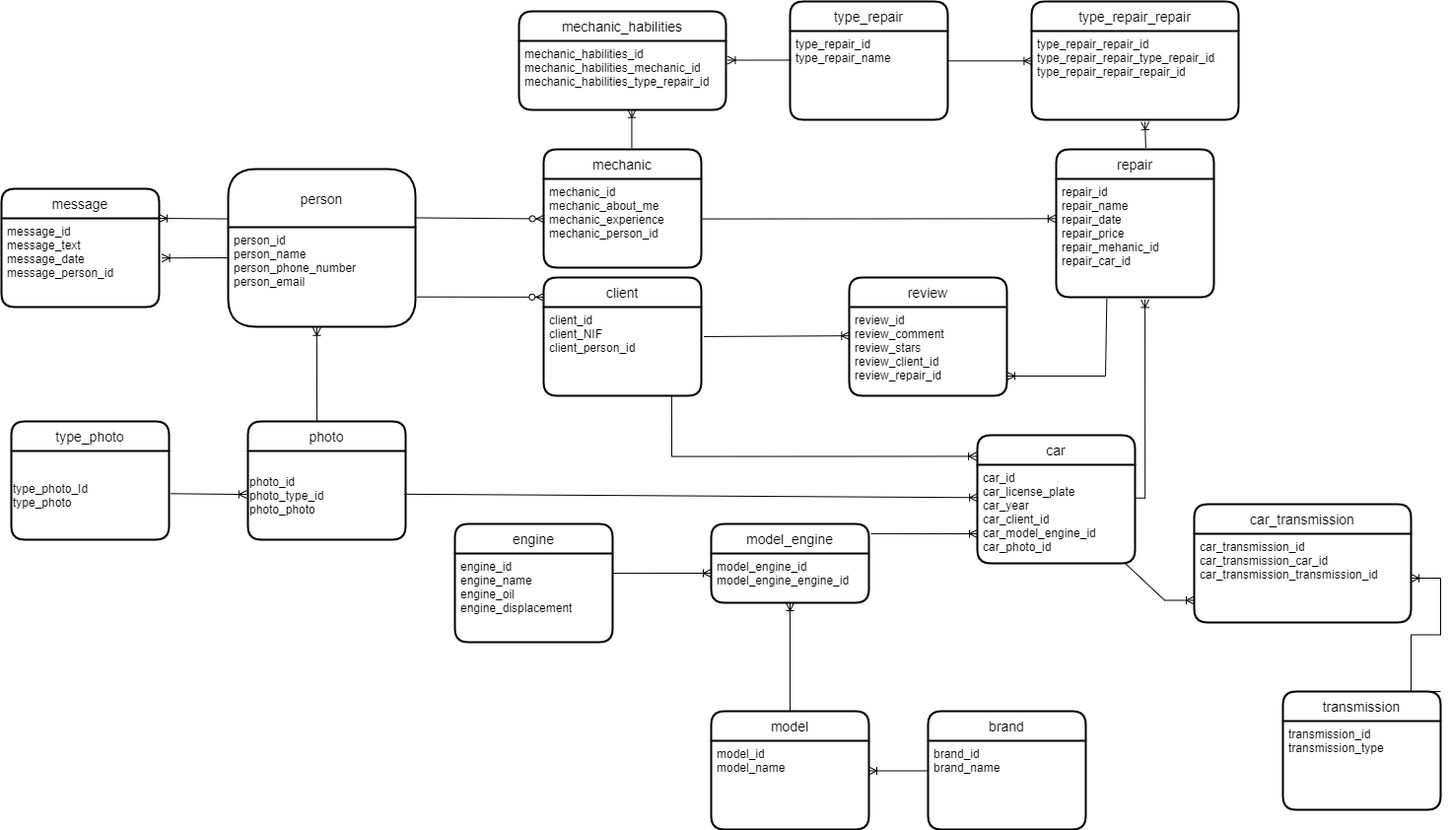
The draw.io diagram joao_ze.drawio.png in jonhot1/Projeto-de-Desenvolvimento-M-vel-, before a commit. Source tidied: cells renumbered, new cells last; positions are measured from the earlier drawing's top-left corner, leaving out a move shared by most shapes.
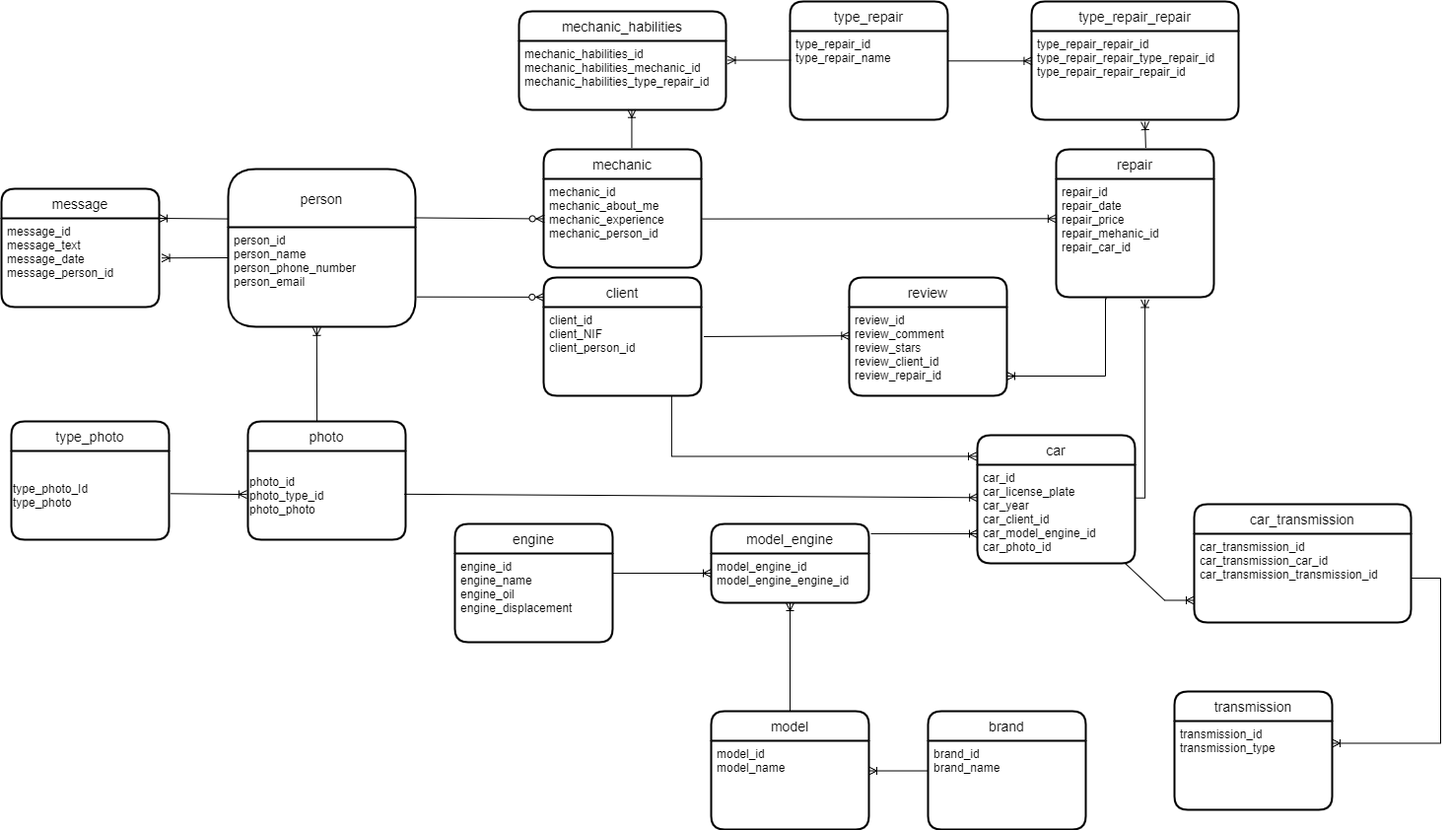
Later version of the same file.

Commit message:
data base diagram joao_ze.drawio.png

Diff of the diagram source:
```diff
@@ -29,7 +29,7 @@
     <mxCell id="10" value="repair" style="swimlane;horizontal=1;startSize=30;rounded=1;fontSize=14;fontStyle=0;strokeWidth=2;shadow=0;dashed=0;align=center;" parent="1" vertex="1">
       <mxGeometry x="1070" y="150" width="160" height="150" as="geometry" />
     </mxCell>
-    <mxCell id="11" value="repair_id&#10;repair_name&#10;repair_date&#10;repair_price&#10;repair_mehanic_id&#10;repair_car_id&#10;" style="align=left;strokeColor=none;fillColor=none;spacingLeft=4;fontSize=12;verticalAlign=top;" parent="10" vertex="1">
+    <mxCell id="11" value="repair_id&#10;repair_date&#10;repair_price&#10;repair_mehanic_id&#10;repair_car_id&#10;" style="align=left;strokeColor=none;fillColor=none;spacingLeft=4;fontSize=12;verticalAlign=top;" parent="10" vertex="1">
       <mxGeometry y="30" width="160" height="120" as="geometry" />
     </mxCell>
     <mxCell id="12" style="fontSize=12;html=1;endArrow=ERoneToMany;rounded=0;exitX=1.005;exitY=0.451;exitDx=0;exitDy=0;entryX=-0.001;entryY=0.336;entryDx=0;entryDy=0;entryPerimeter=0;exitPerimeter=0;" parent="1" edge="1" source="7" target="11">
@@ -153,7 +153,7 @@
       <mxGeometry relative="1" as="geometry" />
     </mxCell>
     <mxCell id="48" value="transmission" style="swimlane;horizontal=1;startSize=30;rounded=1;fontSize=14;fontStyle=0;strokeWidth=2;shadow=0;dashed=0;align=center;" parent="1" vertex="1">
-      <mxGeometry x="1300" y="700" width="160" height="120" as="geometry" />
+      <mxGeometry x="1190" y="700" width="160" height="120" as="geometry" />
     </mxCell>
     <mxCell id="49" value="transmission_id&#10;transmission_type" style="align=left;strokeColor=none;fillColor=none;spacingLeft=4;fontSize=12;verticalAlign=top;" parent="48" vertex="1">
       <mxGeometry y="30" width="160" height="90" as="geometry" />
@@ -188,8 +188,8 @@
     <mxCell id="59" style="edgeStyle=entityRelationEdgeStyle;fontSize=12;html=1;endArrow=ERoneToMany;rounded=0;entryX=0;entryY=0.75;entryDx=0;entryDy=0;exitX=0.75;exitY=1;exitDx=0;exitDy=0;" parent="1" edge="1" source="9" target="58">
       <mxGeometry relative="1" as="geometry" />
     </mxCell>
-    <mxCell id="60" style="edgeStyle=entityRelationEdgeStyle;fontSize=12;html=1;endArrow=ERoneToMany;rounded=0;entryX=1;entryY=0.5;entryDx=0;entryDy=0;exitX=1;exitY=0;exitDx=0;exitDy=0;" parent="1" edge="1" source="48" target="58">
-      <mxGeometry relative="1" as="geometry" />
-    </mxCell>
+    <mxCell id="61" style="edgeStyle=entityRelationEdgeStyle;fontSize=12;html=1;endArrow=ERoneToMany;rounded=0;entryX=1;entryY=0.25;entryDx=0;entryDy=0;" parent="1" edge="1" source="58" target="49">
+      <mxGeometry relative="1" as="geometry" />
+    </mxCell>
   </root>
 </mxGraphModel>
```
